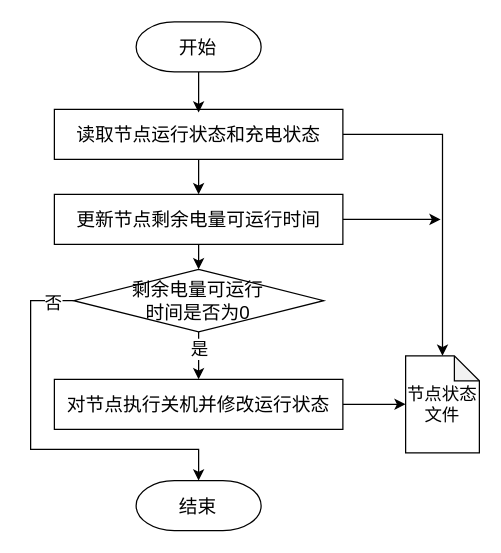
Above: page "周期性电源管理任务" (8 of 9) of 网络控制技术_流程图.drawio in Icarus1994/neutron_conf (draw.io), before the change. Source tidied: cells renumbered, new cells numbered last; positions are measured from the earlier drawing's top-left corner, leaving out a move shared by most shapes. Both pictures are drawn from the tidied source at 125%, with x=0, y=0 at pixel (30, 21).
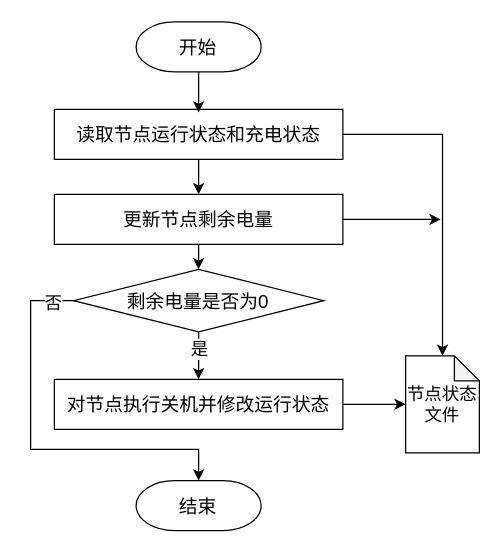
The same diagram, later.

What changed in the source:
```diff
@@
-    <mxCell id="11" value="更新节点剩余电量可运行时间" style="rounded=0;whiteSpace=wrap;html=1;strokeWidth=1;fontSize=15;" parent="1" vertex="1">
+    <mxCell id="11" value="更新节点剩余电量" style="rounded=0;whiteSpace=wrap;html=1;strokeWidth=1;fontSize=15;" parent="1" vertex="1">
       <mxGeometry x="19" y="138" width="230.8" height="40" as="geometry" />
     </mxCell>
@@
-    <mxCell id="16" value="&lt;span style=&quot;font-size: 15px&quot;&gt;剩余电量可运行&lt;br&gt;时间是否为0&lt;br style=&quot;font-size: 15px&quot;&gt;&lt;/span&gt;" style="strokeWidth=1;html=1;shape=mxgraph.flowchart.decision;whiteSpace=wrap;fontSize=15;" parent="1" vertex="1">
+    <mxCell id="16" value="&lt;span style=&quot;font-size: 15px&quot;&gt;剩余电量是否为0&lt;br style=&quot;font-size: 15px&quot;&gt;&lt;/span&gt;" style="strokeWidth=1;html=1;shape=mxgraph.flowchart.decision;whiteSpace=wrap;fontSize=15;" parent="1" vertex="1">
       <mxGeometry x="34.4" y="198" width="200" height="50" as="geometry" />
     </mxCell>
```
